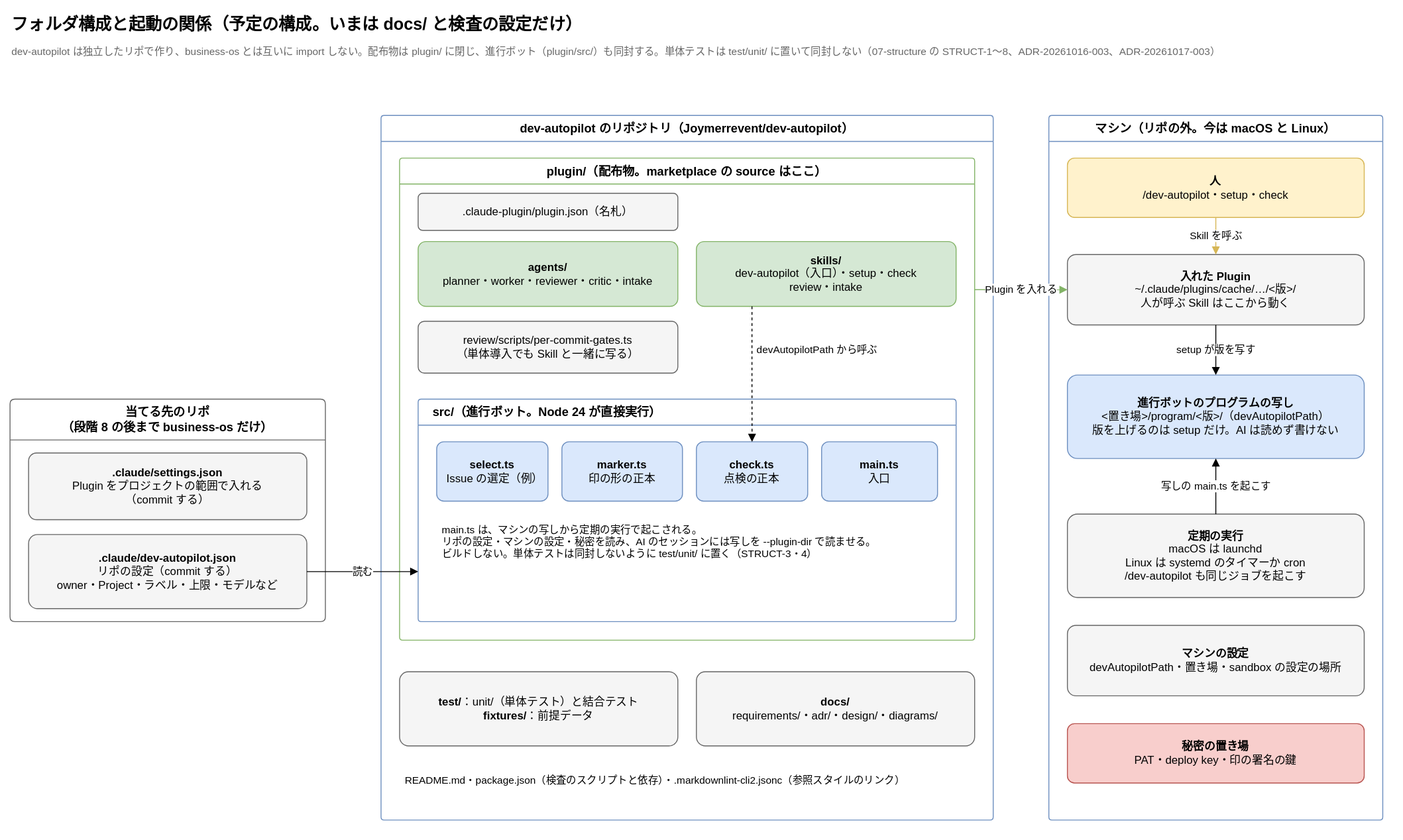
Before: docs/diagrams/structure.drawio.svg, a diagram exported from draw.io (Joymerrevent/dev-autopilot). Source tidied: cells renumbered, new cells last; positions are measured from the earlier drawing's top-left corner, leaving out a move shared by most shapes.
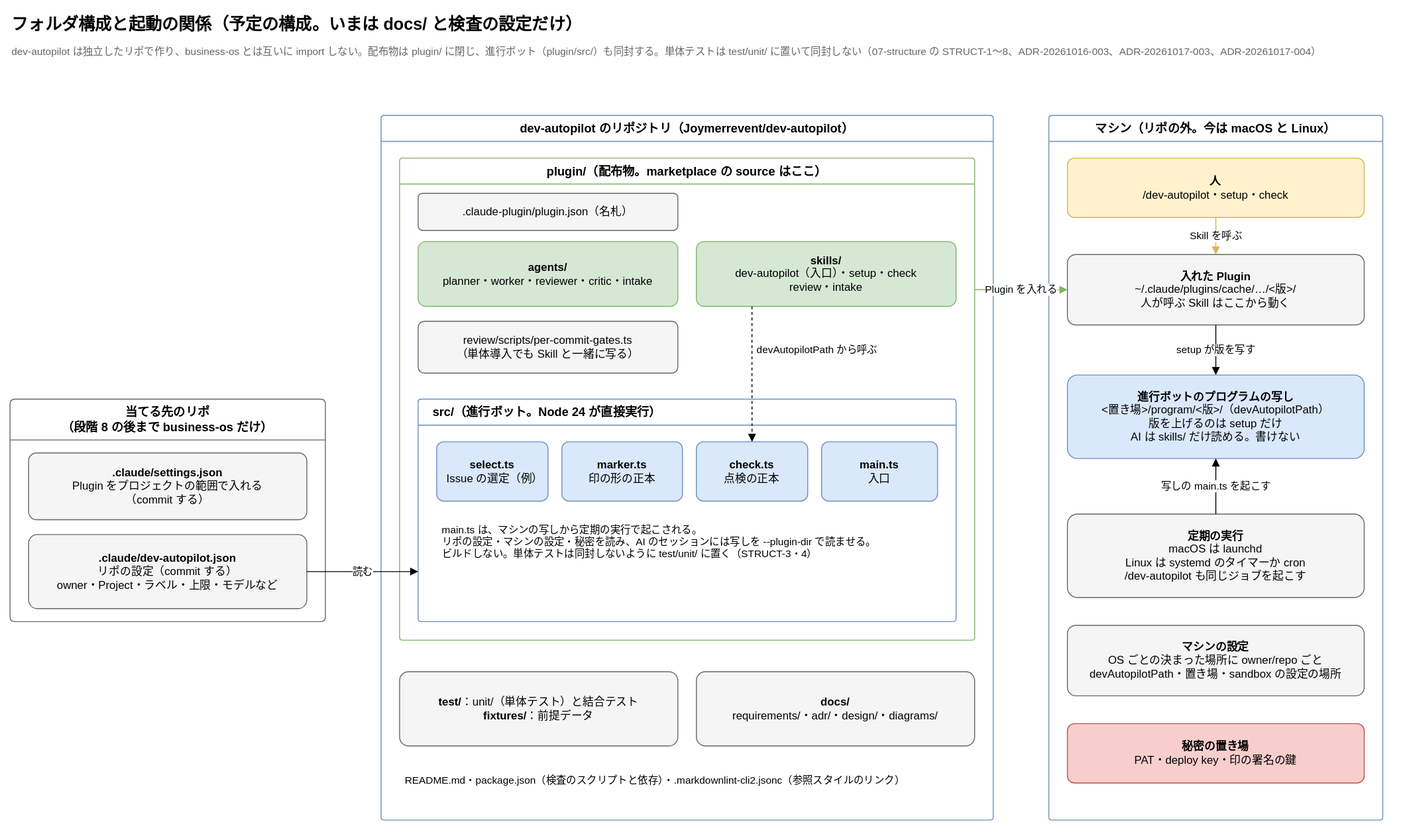
Later version of the same file.

Commit message:
docs: 構成・全体・隔離と鍵の図に、写しの skills/ の読み取りと MCP を読み込まないことを足す

- 隔離と鍵：sandbox の規則に写しの skills/ の読み取りと MCP を読み込まないこと、
  写しの箱に AI は skills/ だけ読めて書けないこと
- 全体：AI のセッションの注記と写しの箱を同じに直す
- 構成：写しの箱と、マシンの設定の場所の規則（OS ごと、owner/repo ごと）

Claude-Session: https://claude.ai/code/session_01D2kLkcEcZNwH8m2GL2g2Lt

Change to the diagram source:
```diff
@@ -5,7 +5,7 @@
     <mxCell id="2" value="フォルダ構成と起動の関係（予定の構成。いまは docs/ と検査の設定だけ）" style="text;html=1;whiteSpace=wrap;align=left;verticalAlign=middle;fontSize=18;fontStyle=1;" parent="1" vertex="1">
       <mxGeometry width="1000" height="32" as="geometry" />
     </mxCell>
-    <mxCell id="3" value="dev-autopilot は独立したリポで作り、business-os とは互いに import しない。配布物は plugin/ に閉じ、進行ボット（plugin/src/）も同封する。単体テストは test/unit/ に置いて同封しない（07-structure の STRUCT-1〜8、ADR-20261016-003、ADR-20261017-003）" style="text;html=1;whiteSpace=wrap;align=left;verticalAlign=top;fontSize=11;fontColor=#666666;" parent="1" vertex="1">
+    <mxCell id="3" value="dev-autopilot は独立したリポで作り、business-os とは互いに import しない。配布物は plugin/ に閉じ、進行ボット（plugin/src/）も同封する。単体テストは test/unit/ に置いて同封しない（07-structure の STRUCT-1〜8、ADR-20261016-003、ADR-20261017-003、ADR-20261017-004）" style="text;html=1;whiteSpace=wrap;align=left;verticalAlign=top;fontSize=11;fontColor=#666666;" parent="1" vertex="1">
       <mxGeometry y="32" width="1480" height="22" as="geometry" />
     </mxCell>
     <mxCell id="4" value="当てる先のリポ&lt;br&gt;（段階 8 の後まで business-os だけ）" style="swimlane;startSize=44;html=1;whiteSpace=wrap;rounded=1;arcSize=4;fontStyle=1;fontSize=13;strokeColor=#666666;fillColor=none;swimlaneFillColor=none;" parent="1" vertex="1">
@@ -71,13 +71,13 @@
     <mxCell id="24" value="&lt;b&gt;入れた Plugin&lt;/b&gt;&lt;br&gt;~/.claude/plugins/cache/…/&amp;lt;版&amp;gt;/&lt;br&gt;人が呼ぶ Skill はここから動く" style="rounded=1;whiteSpace=wrap;html=1;fontSize=12;arcSize=12;fillColor=#f5f5f5;strokeColor=#666666;spacing=12;" parent="22" vertex="1">
       <mxGeometry x="20" y="150" width="320" height="76" as="geometry" />
     </mxCell>
-    <mxCell id="25" value="&lt;b&gt;進行ボットのプログラムの写し&lt;/b&gt;&lt;br&gt;&amp;lt;置き場&amp;gt;/program/&amp;lt;版&amp;gt;/（devAutopilotPath）&lt;br&gt;版を上げるのは setup だけ。AI は読めず書けない" style="rounded=1;whiteSpace=wrap;html=1;fontSize=12;arcSize=12;fillColor=#dae8fc;strokeColor=#6c8ebf;spacing=12;" parent="22" vertex="1">
+    <mxCell id="25" value="&lt;b&gt;進行ボットのプログラムの写し&lt;/b&gt;&lt;br&gt;&amp;lt;置き場&amp;gt;/program/&amp;lt;版&amp;gt;/（devAutopilotPath）&lt;br&gt;版を上げるのは setup だけ&lt;br&gt;AI は skills/ だけ読める。書けない" style="rounded=1;whiteSpace=wrap;html=1;fontSize=12;arcSize=12;fillColor=#dae8fc;strokeColor=#6c8ebf;spacing=12;" parent="22" vertex="1">
       <mxGeometry x="20" y="280" width="320" height="90" as="geometry" />
     </mxCell>
     <mxCell id="26" value="&lt;b&gt;定期の実行&lt;/b&gt;&lt;br&gt;macOS は launchd&lt;br&gt;Linux は systemd のタイマーか cron&lt;br&gt;/dev-autopilot も同じジョブを起こす" style="rounded=1;whiteSpace=wrap;html=1;fontSize=12;arcSize=12;fillColor=#f5f5f5;strokeColor=#666666;spacing=12;" parent="22" vertex="1">
       <mxGeometry x="20" y="430" width="320" height="90" as="geometry" />
     </mxCell>
-    <mxCell id="27" value="&lt;b&gt;マシンの設定&lt;/b&gt;&lt;br&gt;devAutopilotPath・置き場・sandbox の設定の場所" style="rounded=1;whiteSpace=wrap;html=1;fontSize=12;arcSize=12;fillColor=#f5f5f5;strokeColor=#666666;spacing=12;" parent="22" vertex="1">
+    <mxCell id="27" value="&lt;b&gt;マシンの設定&lt;/b&gt;&lt;br&gt;OS ごとの決まった場所に owner/repo ごと&lt;br&gt;devAutopilotPath・置き場・sandbox の設定の場所" style="rounded=1;whiteSpace=wrap;html=1;fontSize=12;arcSize=12;fillColor=#f5f5f5;strokeColor=#666666;spacing=12;" parent="22" vertex="1">
       <mxGeometry x="20" y="550" width="320" height="76" as="geometry" />
     </mxCell>
     <mxCell id="28" value="&lt;b&gt;秘密の置き場&lt;/b&gt;&lt;br&gt;PAT・deploy key・印の署名の鍵" style="rounded=1;whiteSpace=wrap;html=1;fontSize=12;arcSize=12;fillColor=#f8cecc;strokeColor=#b85450;spacing=12;" parent="22" vertex="1">
```
